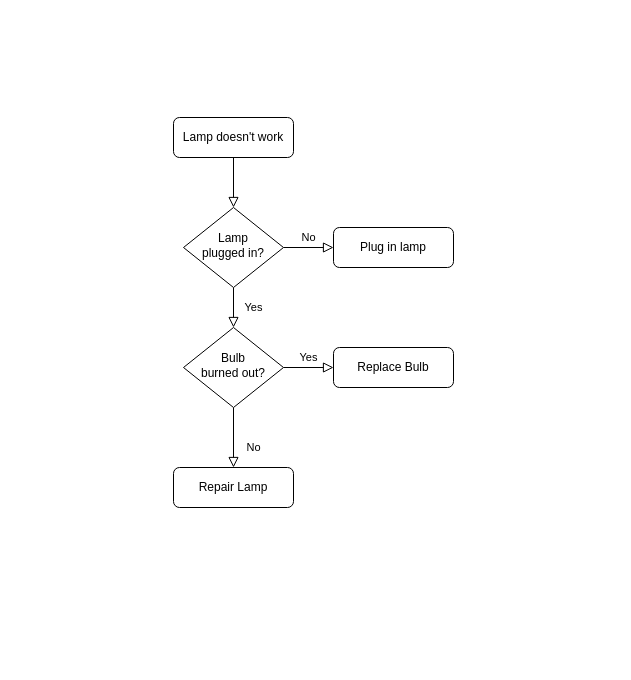
The draw.io diagram gitAction.drawio in Nashon-Juma/PYPY, before the edit. Source tidied: cells renumbered, new cells numbered last; positions are measured from the earlier drawing's top-left corner, leaving out a move shared by most shapes. Both pictures are drawn from the tidied source at 100%, with x=0, y=0 at pixel (173, 117).
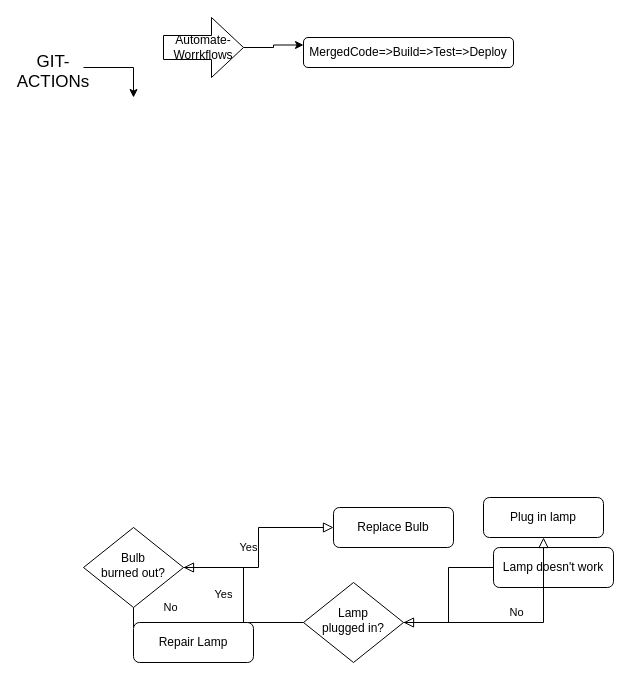
The same page after the edit.

Change to the diagram source:
```diff
@@
 <mxGraphModel>
   <root>
     <mxCell id="0" />
     <mxCell id="1" parent="0" />
     <mxCell id="2" style="rounded=0;html=1;jettySize=auto;fontSize=11;endArrow=block;endFill=0;endSize=8;strokeWidth=1;shadow=0;labelBackgroundColor=none;edgeStyle=orthogonalEdgeStyle;" parent="1" edge="1" source="3" target="6">
       <mxGeometry relative="1" as="geometry" />
     </mxCell>
     <mxCell id="3" value="Lamp doesn't work" style="rounded=1;whiteSpace=wrap;html=1;fontSize=12;glass=0;strokeWidth=1;shadow=0;" parent="1" vertex="1">
-      <mxGeometry width="120" height="40" as="geometry" />
+      <mxGeometry x="320" y="430" width="120" height="40" as="geometry" />
     </mxCell>
     <mxCell id="4" value="Yes" style="rounded=0;html=1;jettySize=auto;fontSize=11;endArrow=block;endFill=0;endSize=8;strokeWidth=1;shadow=0;labelBackgroundColor=none;edgeStyle=orthogonalEdgeStyle;" parent="1" edge="1" source="6" target="10">
       <mxGeometry y="20" relative="1" as="geometry" />
     </mxCell>
     <mxCell id="5" value="No" style="edgeStyle=orthogonalEdgeStyle;rounded=0;html=1;jettySize=auto;fontSize=11;endArrow=block;endFill=0;endSize=8;strokeWidth=1;shadow=0;labelBackgroundColor=none;" parent="1" edge="1" source="6" target="7">
       <mxGeometry y="10" relative="1" as="geometry" />
     </mxCell>
     <mxCell id="6" value="Lamp&lt;br&gt;plugged in?" style="rhombus;whiteSpace=wrap;html=1;shadow=0;fontFamily=Helvetica;fontSize=12;align=center;strokeWidth=1;spacing=6;spacingTop=-4;" parent="1" vertex="1">
-      <mxGeometry x="10" y="90" width="100" height="80" as="geometry" />
+      <mxGeometry x="130" y="465" width="100" height="80" as="geometry" />
     </mxCell>
     <mxCell id="7" value="Plug in lamp" style="rounded=1;whiteSpace=wrap;html=1;fontSize=12;glass=0;strokeWidth=1;shadow=0;" parent="1" vertex="1">
-      <mxGeometry x="160" y="110" width="120" height="40" as="geometry" />
+      <mxGeometry x="310" y="380" width="120" height="40" as="geometry" />
     </mxCell>
     <mxCell id="8" value="No" style="rounded=0;html=1;jettySize=auto;fontSize=11;endArrow=block;endFill=0;endSize=8;strokeWidth=1;shadow=0;labelBackgroundColor=none;edgeStyle=orthogonalEdgeStyle;" parent="1" edge="1" source="10" target="11">
       <mxGeometry x="0.33" y="20" relative="1" as="geometry" />
     </mxCell>
     <mxCell id="9" value="Yes" style="edgeStyle=orthogonalEdgeStyle;rounded=0;html=1;jettySize=auto;fontSize=11;endArrow=block;endFill=0;endSize=8;strokeWidth=1;shadow=0;labelBackgroundColor=none;" parent="1" edge="1" source="10" target="12">
       <mxGeometry y="10" relative="1" as="geometry" />
     </mxCell>
     <mxCell id="10" value="Bulb&lt;br&gt;burned out?" style="rhombus;whiteSpace=wrap;html=1;shadow=0;fontFamily=Helvetica;fontSize=12;align=center;strokeWidth=1;spacing=6;spacingTop=-4;" parent="1" vertex="1">
-      <mxGeometry x="10" y="210" width="100" height="80" as="geometry" />
+      <mxGeometry x="-90" y="410" width="100" height="80" as="geometry" />
     </mxCell>
     <mxCell id="11" value="Repair Lamp" style="rounded=1;whiteSpace=wrap;html=1;fontSize=12;glass=0;strokeWidth=1;shadow=0;" parent="1" vertex="1">
-      <mxGeometry y="350" width="120" height="40" as="geometry" />
+      <mxGeometry x="-40" y="505" width="120" height="40" as="geometry" />
     </mxCell>
     <mxCell id="12" value="Replace Bulb" style="rounded=1;whiteSpace=wrap;html=1;fontSize=12;glass=0;strokeWidth=1;shadow=0;" parent="1" vertex="1">
-      <mxGeometry x="160" y="230" width="120" height="40" as="geometry" />
+      <mxGeometry x="160" y="390" width="120" height="40" as="geometry" />
     </mxCell>
+    <mxCell id="13" style="edgeStyle=orthogonalEdgeStyle;rounded=0;jettySize=auto;html=1;" parent="1" edge="1" source="14">
+      <mxGeometry relative="1" as="geometry">
+        <mxPoint x="-40" y="-20" as="targetPoint" />
+        <Array as="points">
+          <mxPoint x="-40" y="-50" />
+        </Array>
+      </mxGeometry>
+    </mxCell>
+    <mxCell id="14" value="&lt;font style=&quot;font-size: 17px;&quot;&gt;GIT-ACTIONs&lt;/font&gt;&lt;div style=&quot;font-size: 17px;&quot;&gt;&lt;br&gt;&lt;/div&gt;" style="text;html=1;align=center;verticalAlign=middle;whiteSpace=wrap;rounded=0;" parent="1" vertex="1">
+      <mxGeometry x="-150" y="-50" width="60" height="30" as="geometry" />
+    </mxCell>
+    <mxCell id="15" style="edgeStyle=orthogonalEdgeStyle;rounded=0;jettySize=auto;html=1;exitX=1;exitY=0.5;exitDx=0;exitDy=0;exitPerimeter=0;entryX=0;entryY=0.25;entryDx=0;entryDy=0;" parent="1" edge="1" source="16" target="17">
+      <mxGeometry relative="1" as="geometry" />
+    </mxCell>
+    <mxCell id="16" value="Automate-Worrkflows" style="shape=singleArrow;whiteSpace=wrap;html=1;arrowWidth=0.4;arrowSize=0.4;" parent="1" vertex="1">
+      <mxGeometry x="-10" y="-100" width="80" height="60" as="geometry" />
+    </mxCell>
+    <mxCell id="17" value="MergedCode=&amp;gt;Build=&amp;gt;Test=&amp;gt;Deploy" style="rounded=1;whiteSpace=wrap;html=1;" parent="1" vertex="1">
+      <mxGeometry x="130" y="-80" width="210" height="30" as="geometry" />
+    </mxCell>
   </root>
 </mxGraphModel>
```
